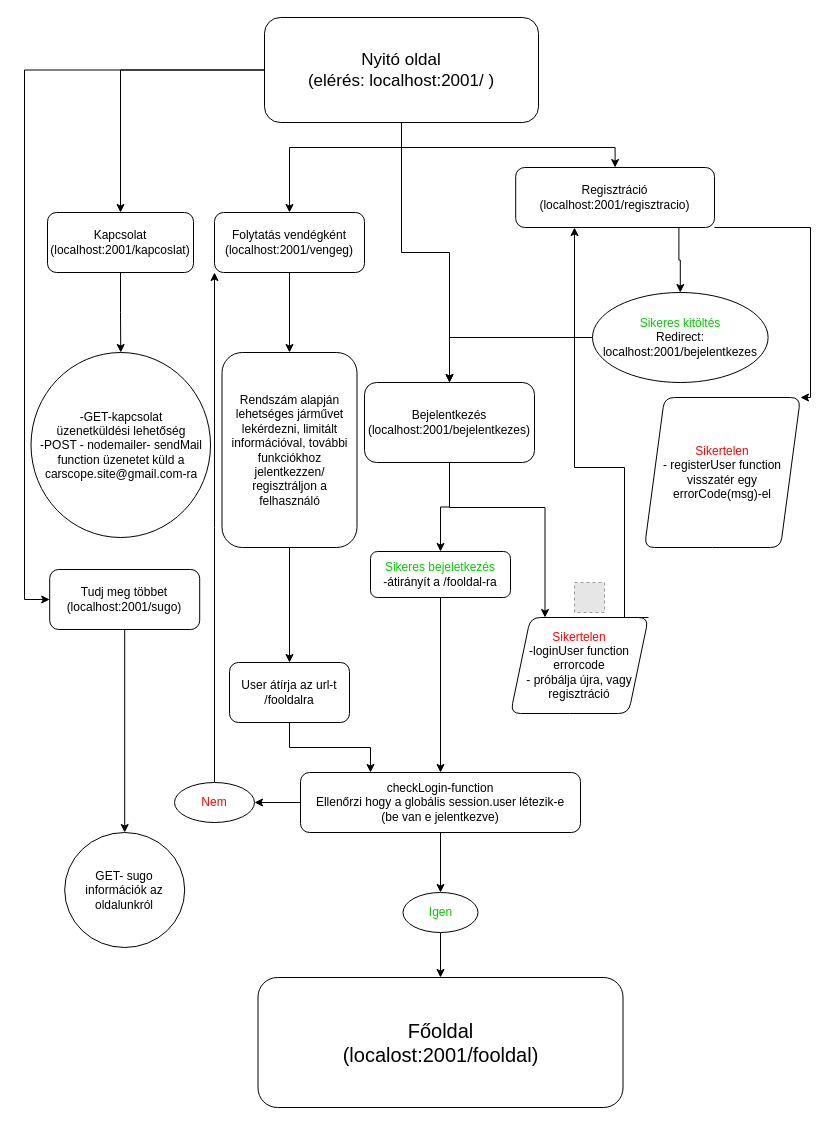
Earlier version of the draw.io diagram Pusoma/elsooldaldraw.drawio (szekelyaron/OKJ_vizsgaremek). Source tidied: cells renumbered, new cells numbered last; positions are measured from the earlier drawing's top-left corner, leaving out a move shared by most shapes. Both pictures are drawn from the tidied source at 100%, with x=0, y=0 at pixel (24, 17). Pictures stored in the file or linked from it are replaced by grey dashed boxes.
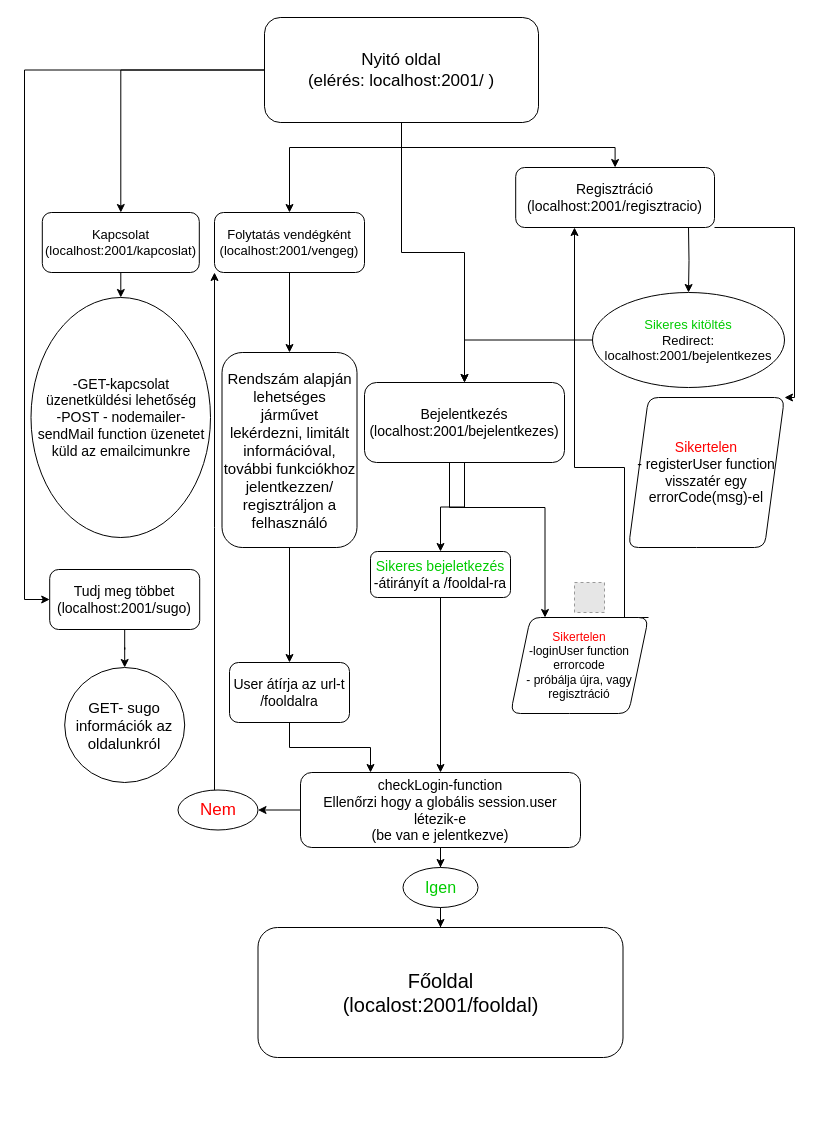
After the change.

Diff of the diagram source:
```diff
@@
-    <mxCell id="9" value="Tudj meg többet&lt;br&gt;(localhost:2001/sugo)" style="whiteSpace=wrap;html=1;rounded=1;" parent="1" vertex="1">
+    <mxCell id="9" value="&lt;font style=&quot;font-size: 14px&quot;&gt;Tudj meg többet&lt;br&gt;(localhost:2001/sugo)&lt;/font&gt;" style="whiteSpace=wrap;html=1;rounded=1;" parent="1" vertex="1">
       <mxGeometry x="25.2" y="552" width="150" height="60" as="geometry" />
     </mxCell>
@@
-    <mxCell id="11" value="Kapcsolat&lt;br&gt;(localhost:2001/kapcoslat)" style="whiteSpace=wrap;html=1;rounded=1;" parent="1" vertex="1">
-      <mxGeometry x="23" y="195" width="146" height="60" as="geometry" />
+    <mxCell id="11" value="&lt;font style=&quot;font-size: 13px&quot;&gt;Kapcsolat&lt;br&gt;(localhost:2001/kapcoslat)&lt;/font&gt;" style="whiteSpace=wrap;html=1;rounded=1;" parent="1" vertex="1">
+      <mxGeometry x="17.8" y="195" width="157" height="60" as="geometry" />
     </mxCell>
-    <mxCell id="12" value="GET- sugo&lt;br&gt;információk az oldalunkról" style="ellipse;whiteSpace=wrap;html=1;rounded=1;" parent="1" vertex="1">
-      <mxGeometry x="40.2" y="815" width="120" height="115" as="geometry" />
+    <mxCell id="12" value="&lt;font style=&quot;font-size: 15px&quot;&gt;GET- sugo&lt;br&gt;információk az oldalunkról&lt;/font&gt;" style="ellipse;whiteSpace=wrap;html=1;rounded=1;" parent="1" vertex="1">
+      <mxGeometry x="40.2" y="650" width="120" height="115" as="geometry" />
     </mxCell>
-    <mxCell id="13" value="-GET-kapcsolat&lt;br&gt;üzenetküldési lehetőség&lt;br&gt;-POST - nodemailer- sendMail function üzenetet küld a carscope.site@gmail.com-ra" style="ellipse;whiteSpace=wrap;html=1;rounded=1;" parent="1" vertex="1">
-      <mxGeometry x="6.5" y="335" width="179.5" height="185" as="geometry" />
+    <mxCell id="13" value="&lt;font style=&quot;font-size: 14px&quot;&gt;-GET-kapcsolat&lt;br&gt;üzenetküldési lehetőség&lt;br&gt;-POST - nodemailer- sendMail function üzenetet küld az emailcimunkre&lt;/font&gt;" style="ellipse;whiteSpace=wrap;html=1;rounded=1;" parent="1" vertex="1">
+      <mxGeometry x="6.5" y="280" width="179.5" height="240" as="geometry" />
     </mxCell>
@@
-    <mxCell id="16" value="Bejelentkezés&lt;br&gt;(localhost:2001/bejelentkezes)" style="whiteSpace=wrap;html=1;rounded=1;" parent="1" vertex="1">
-      <mxGeometry x="340" y="365" width="170" height="80" as="geometry" />
+    <mxCell id="16" value="&lt;font style=&quot;font-size: 14px&quot;&gt;Bejelentkezés&lt;br&gt;(localhost:2001/bejelentkezes)&lt;/font&gt;" style="whiteSpace=wrap;html=1;rounded=1;" parent="1" vertex="1">
+      <mxGeometry x="340" y="365" width="200" height="80" as="geometry" />
     </mxCell>
-    <mxCell id="17" style="edgeStyle=orthogonalEdgeStyle;rounded=0;jettySize=auto;html=1;exitX=0.821;exitY=1.009;exitDx=0;exitDy=0;exitPerimeter=0;" parent="1" edge="1" source="19" target="26">
-      <mxGeometry relative="1" as="geometry" />
+    <mxCell id="17" style="edgeStyle=orthogonalEdgeStyle;rounded=0;jettySize=auto;html=1;" parent="1" edge="1" target="26">
+      <mxGeometry relative="1" as="geometry">
+        <mxPoint x="664" y="210" as="sourcePoint" />
+      </mxGeometry>
     </mxCell>
     <mxCell id="18" style="edgeStyle=orthogonalEdgeStyle;rounded=0;jettySize=auto;html=1;exitX=1;exitY=1;exitDx=0;exitDy=0;entryX=1;entryY=0;entryDx=0;entryDy=0;" parent="1" edge="1" source="19" target="30">
       <mxGeometry relative="1" as="geometry">
         <Array as="points">
-          <mxPoint x="786" y="210" />
+          <mxPoint x="770" y="210" />
+          <mxPoint x="770" y="380" />
         </Array>
       </mxGeometry>
     </mxCell>
-    <mxCell id="19" value="Regisztráció&lt;br&gt;(localhost:2001/regisztracio)" style="whiteSpace=wrap;html=1;rounded=1;" parent="1" vertex="1">
+    <mxCell id="19" value="&lt;font style=&quot;font-size: 14px&quot;&gt;Regisztráció&lt;br&gt;(localhost:2001/regisztracio)&lt;/font&gt;" style="whiteSpace=wrap;html=1;rounded=1;" parent="1" vertex="1">
       <mxGeometry x="491.2" y="150" width="198.8" height="60" as="geometry" />
     </mxCell>
@@
-    <mxCell id="24" value="checkLogin-function&lt;br&gt;Ellenőrzi hogy a globális session.user létezik-e&lt;br&gt;(be van e jelentkezve)" style="rounded=1;whiteSpace=wrap;html=1;" parent="1" vertex="1">
-      <mxGeometry x="276" y="755" width="280" height="60" as="geometry" />
+    <mxCell id="24" value="&lt;font style=&quot;font-size: 14px&quot;&gt;checkLogin-function&lt;br&gt;Ellenőrzi hogy a globális session.user létezik-e&lt;br&gt;(be van e jelentkezve)&lt;/font&gt;" style="rounded=1;whiteSpace=wrap;html=1;" parent="1" vertex="1">
+      <mxGeometry x="276" y="755" width="280" height="75" as="geometry" />
     </mxCell>
@@
-    <mxCell id="26" value="&lt;font color=&quot;#00cc00&quot;&gt;Sikeres kitöltés&lt;br&gt;&lt;/font&gt;Redirect: localhost:2001/bejelentkezes" style="ellipse;whiteSpace=wrap;html=1;rounded=1;" parent="1" vertex="1">
-      <mxGeometry x="568" y="275" width="175.6" height="90" as="geometry" />
+    <mxCell id="26" value="&lt;font style=&quot;font-size: 13px&quot;&gt;&lt;font color=&quot;#00cc00&quot; style=&quot;font-size: 13px&quot;&gt;Sikeres kitöltés&lt;br&gt;&lt;/font&gt;Redirect: localhost:2001/bejelentkezes&lt;/font&gt;" style="ellipse;whiteSpace=wrap;html=1;rounded=1;" parent="1" vertex="1">
+      <mxGeometry x="568" y="275" width="192" height="95" as="geometry" />
     </mxCell>
@@
-    <mxCell id="29" value="&lt;font color=&quot;#00cc00&quot;&gt;Sikeres bejeletkezés&lt;br&gt;&lt;/font&gt;-átirányít a /fooldal-ra" style="rounded=1;whiteSpace=wrap;html=1;" parent="1" vertex="1">
+    <mxCell id="29" value="&lt;font style=&quot;font-size: 14px&quot;&gt;&lt;font color=&quot;#00cc00&quot; style=&quot;font-size: 14px&quot;&gt;Sikeres bejeletkezés&lt;br&gt;&lt;/font&gt;-átirányít a /fooldal-ra&lt;/font&gt;" style="rounded=1;whiteSpace=wrap;html=1;" parent="1" vertex="1">
       <mxGeometry x="346" y="534" width="140" height="46" as="geometry" />
     </mxCell>
-    <mxCell id="30" value="&lt;font color=&quot;#ff0000&quot;&gt;Sikertelen&lt;/font&gt;&lt;br&gt;- registerUser function visszatér egy errorCode(msg)-el" style="shape=parallelogram;perimeter=parallelogramPerimeter;whiteSpace=wrap;html=1;fixedSize=1;rounded=1;" parent="1" vertex="1">
-      <mxGeometry x="620" y="380" width="156" height="150" as="geometry" />
+    <mxCell id="30" value="&lt;font style=&quot;font-size: 14px&quot;&gt;&lt;font color=&quot;#ff0000&quot; style=&quot;font-size: 14px&quot;&gt;Sikertelen&lt;/font&gt;&lt;br&gt;- registerUser function visszatér egy errorCode(msg)-el&lt;/font&gt;" style="shape=parallelogram;perimeter=parallelogramPerimeter;whiteSpace=wrap;html=1;fixedSize=1;rounded=1;" parent="1" vertex="1">
+      <mxGeometry x="604" y="380" width="156" height="150" as="geometry" />
     </mxCell>
@@
-    <mxCell id="32" value="Folytatás vendégként&lt;br&gt;(localhost:2001/vengeg)" style="whiteSpace=wrap;html=1;rounded=1;" parent="1" vertex="1">
+    <mxCell id="32" value="&lt;font style=&quot;font-size: 13px&quot;&gt;Folytatás vendégként&lt;br&gt;(localhost:2001/vengeg)&lt;/font&gt;" style="whiteSpace=wrap;html=1;rounded=1;" parent="1" vertex="1">
       <mxGeometry x="190" y="195" width="150" height="60" as="geometry" />
     </mxCell>
@@
-    <mxCell id="34" value="Rendszám alapján lehetséges járművet lekérdezni, limitált információval, további funkciókhoz jelentkezzen/ regisztráljon a felhasználó" style="whiteSpace=wrap;html=1;rounded=1;" parent="1" vertex="1">
+    <mxCell id="34" value="&lt;font style=&quot;font-size: 15px&quot;&gt;Rendszám alapján lehetséges járművet lekérdezni, limitált információval, további funkciókhoz jelentkezzen/ regisztráljon a felhasználó&lt;/font&gt;" style="whiteSpace=wrap;html=1;rounded=1;" parent="1" vertex="1">
       <mxGeometry x="197.5" y="335" width="135" height="195" as="geometry" />
     </mxCell>
@@
-    <mxCell id="36" value="User átírja az url-t&lt;br&gt;/fooldalra" style="whiteSpace=wrap;html=1;rounded=1;" parent="1" vertex="1">
+    <mxCell id="36" value="&lt;font style=&quot;font-size: 14px&quot;&gt;User átírja az url-t&lt;br&gt;/fooldalra&lt;/font&gt;" style="whiteSpace=wrap;html=1;rounded=1;" parent="1" vertex="1">
       <mxGeometry x="205" y="645" width="120" height="60" as="geometry" />
     </mxCell>
@@
-    <mxCell id="38" value="&lt;font color=&quot;#ff0000&quot;&gt;Nem&lt;/font&gt;" style="ellipse;whiteSpace=wrap;html=1;rounded=1;" parent="1" vertex="1">
-      <mxGeometry x="150" y="765" width="80" height="40" as="geometry" />
+    <mxCell id="38" value="&lt;font color=&quot;#ff0000&quot; style=&quot;font-size: 17px&quot;&gt;Nem&lt;/font&gt;" style="ellipse;whiteSpace=wrap;html=1;rounded=1;" parent="1" vertex="1">
+      <mxGeometry x="153.5" y="772.5" width="80" height="40" as="geometry" />
     </mxCell>
@@
-    <mxCell id="40" value="&lt;font color=&quot;#00cc00&quot;&gt;Igen&lt;/font&gt;" style="ellipse;whiteSpace=wrap;html=1;rounded=1;" parent="1" vertex="1">
-      <mxGeometry x="378.5" y="875" width="75" height="40" as="geometry" />
+    <mxCell id="40" value="&lt;font color=&quot;#00cc00&quot; style=&quot;font-size: 16px&quot;&gt;Igen&lt;/font&gt;" style="ellipse;whiteSpace=wrap;html=1;rounded=1;" parent="1" vertex="1">
+      <mxGeometry x="378.5" y="850" width="75" height="40" as="geometry" />
     </mxCell>
     <mxCell id="41" value="&lt;font style=&quot;font-size: 20px&quot;&gt;Főoldal&lt;br&gt;(localost:2001/fooldal)&lt;/font&gt;" style="whiteSpace=wrap;html=1;rounded=1;" parent="1" vertex="1">
-      <mxGeometry x="233.5" y="960" width="365" height="130" as="geometry" />
+      <mxGeometry x="233.5" y="910" width="365" height="130" as="geometry" />
     </mxCell>
```
